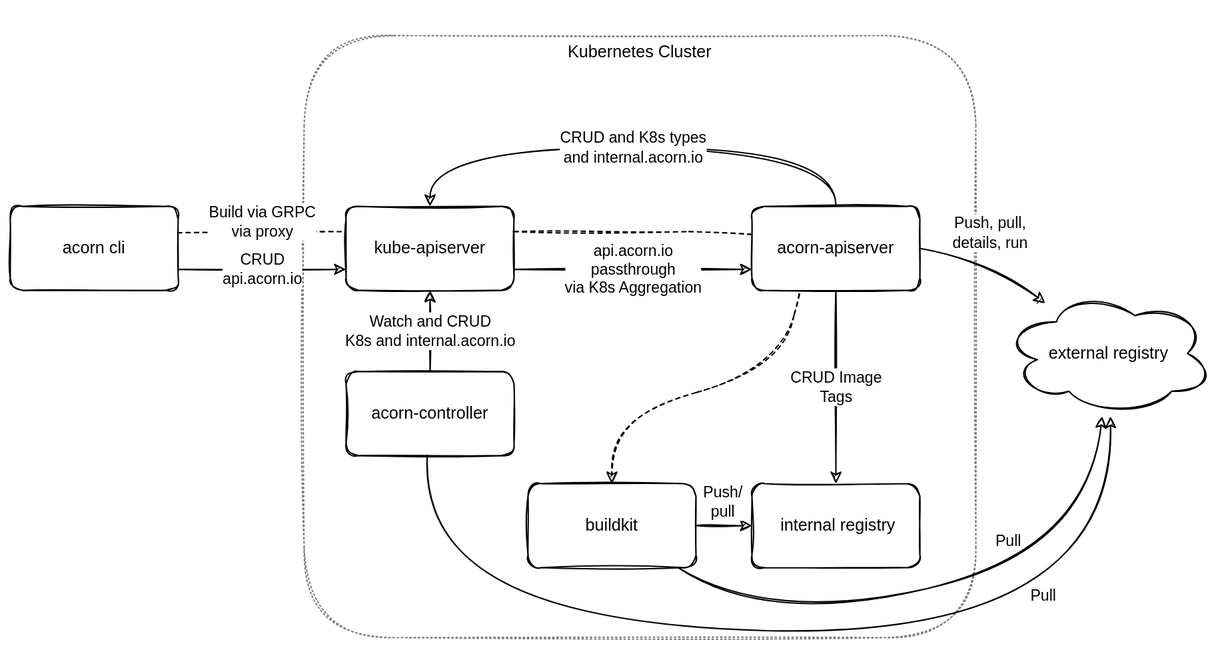
Above: docs/static/diagrams/architecture.drawio.svg in acorn-io/runtime (draw.io), before the change. Source tidied: cells renumbered, new cells last; positions are measured from the earlier drawing's top-left corner, leaving out a move shared by most shapes. The source it was exported from:
```xml
<mxGraphModel>
  <root>
    <mxCell id="0" />
    <mxCell id="1" parent="0" />
    <mxCell id="2" style="rounded=1;whiteSpace=wrap;html=1;sketch=1;fillColor=none;dashed=1;dashPattern=1 2;opacity=50;" parent="1" vertex="1">
      <mxGeometry x="210" y="18" width="480" height="430" as="geometry" />
    </mxCell>
    <mxCell id="3" style="curved=1;endArrow=classic;html=1;rounded=0;dashed=1;exitX=0.996;exitY=0.314;exitDx=0;exitDy=0;exitPerimeter=0;sketch=1;" parent="1" edge="1" source="12" target="10">
      <mxGeometry relative="1" as="geometry">
        <Array as="points">
          <mxPoint x="300" y="158" />
          <mxPoint x="420" y="158" />
          <mxPoint x="550" y="158" />
          <mxPoint x="570" y="178" />
          <mxPoint x="550" y="258" />
          <mxPoint x="430" y="288" />
        </Array>
      </mxGeometry>
    </mxCell>
    <mxCell id="4" value="Build via GRPC&lt;br&gt;via proxy" style="edgeLabel;html=1;align=center;verticalAlign=middle;" parent="3" vertex="1">
      <mxGeometry x="-0.83" y="1" relative="1" as="geometry">
        <mxPoint y="-7" as="offset" />
      </mxGeometry>
    </mxCell>
    <mxCell id="5" value="api.acorn.io&lt;br&gt;passthrough&lt;br&gt;via K8s Aggregation" style="edgeStyle=orthogonalEdgeStyle;rounded=0;jettySize=auto;html=1;entryX=0;entryY=0.75;entryDx=0;entryDy=0;exitX=1;exitY=0.75;exitDx=0;exitDy=0;sketch=1;" parent="1" edge="1" source="6" target="9">
      <mxGeometry relative="1" as="geometry" />
    </mxCell>
    <mxCell id="6" value="kube-apiserver" style="rounded=1;whiteSpace=wrap;html=1;fillColor=default;glass=0;gradientColor=none;sketch=1;" parent="1" vertex="1">
      <mxGeometry x="240" y="140" width="120" height="60" as="geometry" />
    </mxCell>
    <mxCell id="7" value="CRUD Image&lt;br&gt;Tags" style="edgeStyle=orthogonalEdgeStyle;rounded=0;jettySize=auto;html=1;sketch=1;" parent="1" edge="1" source="9" target="15">
      <mxGeometry relative="1" as="geometry" />
    </mxCell>
    <mxCell id="8" value="CRUD and K8s types&lt;br&gt;and internal.acorn.io" style="edgeStyle=orthogonalEdgeStyle;jettySize=auto;html=1;entryX=0.5;entryY=0;entryDx=0;entryDy=0;curved=1;exitX=0.5;exitY=0;exitDx=0;exitDy=0;sketch=1;" parent="1" edge="1" source="9" target="6">
      <mxGeometry relative="1" as="geometry">
        <Array as="points">
          <mxPoint x="590" y="98" />
          <mxPoint x="300" y="98" />
        </Array>
      </mxGeometry>
    </mxCell>
    <mxCell id="9" value="acorn-apiserver" style="rounded=1;whiteSpace=wrap;html=1;fillColor=default;sketch=1;" parent="1" vertex="1">
      <mxGeometry x="530" y="140" width="120" height="60" as="geometry" />
    </mxCell>
    <mxCell id="10" value="buildkit" style="rounded=1;whiteSpace=wrap;html=1;sketch=1;" parent="1" vertex="1">
      <mxGeometry x="370" y="338" width="120" height="60" as="geometry" />
    </mxCell>
    <mxCell id="11" value="CRUD&lt;br&gt;api.acorn.io" style="edgeStyle=orthogonalEdgeStyle;rounded=0;jettySize=auto;html=1;entryX=0;entryY=0.75;entryDx=0;entryDy=0;exitX=1;exitY=0.75;exitDx=0;exitDy=0;sketch=1;" parent="1" edge="1" source="12" target="6">
      <mxGeometry relative="1" as="geometry" />
    </mxCell>
    <mxCell id="12" value="acorn cli" style="rounded=1;whiteSpace=wrap;html=1;sketch=1;" parent="1" vertex="1">
      <mxGeometry y="140" width="120" height="60" as="geometry" />
    </mxCell>
    <mxCell id="13" value="Watch and CRUD&lt;br&gt;K8s and internal.acorn.io" style="edgeStyle=orthogonalEdgeStyle;rounded=0;jettySize=auto;html=1;exitX=0.5;exitY=0;exitDx=0;exitDy=0;sketch=1;" parent="1" edge="1" source="14" target="6">
      <mxGeometry relative="1" as="geometry" />
    </mxCell>
    <mxCell id="14" value="acorn-controller" style="rounded=1;whiteSpace=wrap;html=1;glass=0;fillColor=default;gradientColor=none;sketch=1;" parent="1" vertex="1">
      <mxGeometry x="240" y="258" width="120" height="60" as="geometry" />
    </mxCell>
    <mxCell id="15" value="&amp;nbsp;internal registry" style="rounded=1;whiteSpace=wrap;html=1;glass=0;fillColor=default;gradientColor=none;sketch=1;" parent="1" vertex="1">
      <mxGeometry x="530" y="338" width="120" height="60" as="geometry" />
    </mxCell>
    <mxCell id="16" value="external registry" style="ellipse;shape=cloud;whiteSpace=wrap;html=1;sketch=1;" parent="1" vertex="1">
      <mxGeometry x="710" y="200" width="150" height="90" as="geometry" />
    </mxCell>
    <mxCell id="17" value="Kubernetes Cluster" style="whiteSpace=wrap;html=1;dashed=1;dashPattern=1 2;sketch=1;fillColor=none;opacity=0;" parent="1" vertex="1">
      <mxGeometry x="390" width="120" height="60" as="geometry" />
    </mxCell>
    <mxCell id="18" style="endArrow=classic;html=1;rounded=0;sketch=1;" parent="1" edge="1" source="10" target="15">
      <mxGeometry relative="1" as="geometry" />
    </mxCell>
    <mxCell id="19" value="Push/&lt;br&gt;pull" style="edgeLabel;html=1;align=center;verticalAlign=middle;" parent="18" vertex="1">
      <mxGeometry x="0.17" relative="1" as="geometry">
        <mxPoint x="-6" y="-18" as="offset" />
      </mxGeometry>
    </mxCell>
    <mxCell id="20" style="endArrow=classic;html=1;sketch=1;exitX=1;exitY=0.5;exitDx=0;exitDy=0;curved=1;" parent="1" edge="1" source="9" target="16">
      <mxGeometry relative="1" as="geometry">
        <Array as="points">
          <mxPoint x="700" y="178" />
        </Array>
      </mxGeometry>
    </mxCell>
    <mxCell id="21" value="Push, pull,&lt;br&gt;details, run" style="edgeLabel;html=1;align=center;verticalAlign=middle;" parent="20" vertex="1">
      <mxGeometry x="-0.42" y="2" relative="1" as="geometry">
        <mxPoint x="21" y="-14" as="offset" />
      </mxGeometry>
    </mxCell>
    <mxCell id="22" style="curved=1;endArrow=classic;html=1;rounded=0;sketch=1;" parent="1" edge="1" source="14" target="16">
      <mxGeometry relative="1" as="geometry">
        <Array as="points">
          <mxPoint x="290" y="438" />
          <mxPoint x="790" y="448" />
        </Array>
      </mxGeometry>
    </mxCell>
    <mxCell id="23" value="Pull" style="edgeLabel;html=1;align=center;verticalAlign=middle;" parent="22" vertex="1">
      <mxGeometry x="0.42" y="33" relative="1" as="geometry">
        <mxPoint x="13" y="4" as="offset" />
      </mxGeometry>
    </mxCell>
    <mxCell id="24" style="curved=1;endArrow=classic;html=1;rounded=0;sketch=1;" parent="1" edge="1" source="10" target="16">
      <mxGeometry relative="1" as="geometry">
        <Array as="points">
          <mxPoint x="540" y="438" />
          <mxPoint x="770" y="388" />
        </Array>
      </mxGeometry>
    </mxCell>
    <mxCell id="25" value="Pull" style="edgeLabel;html=1;align=center;verticalAlign=middle;" parent="24" vertex="1">
      <mxGeometry x="0.28" y="13" relative="1" as="geometry">
        <mxPoint x="-7" y="-7" as="offset" />
      </mxGeometry>
    </mxCell>
  </root>
</mxGraphModel>
```
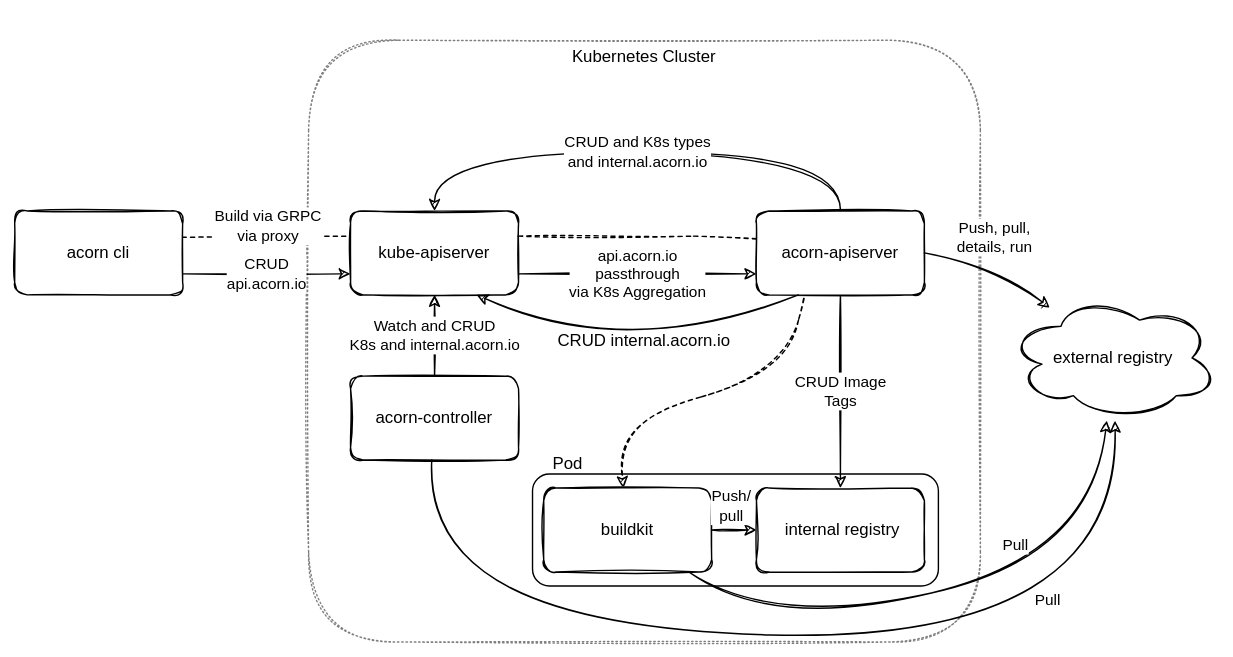
After the commit.

The edit, as a diff of the source:
```diff
@@ -2,7 +2,7 @@
   <root>
     <mxCell id="0" />
     <mxCell id="1" parent="0" />
-    <mxCell id="2" style="rounded=1;whiteSpace=wrap;html=1;sketch=1;fillColor=none;dashed=1;dashPattern=1 2;opacity=50;" parent="1" vertex="1">
+    <mxCell id="2" value="CRUD internal.acorn.io" style="rounded=1;whiteSpace=wrap;html=1;sketch=1;fillColor=none;dashed=1;dashPattern=1 2;opacity=50;" parent="1" vertex="1">
       <mxGeometry x="210" y="18" width="480" height="430" as="geometry" />
     </mxCell>
     <mxCell id="3" style="curved=1;endArrow=classic;html=1;rounded=0;dashed=1;exitX=0.996;exitY=0.314;exitDx=0;exitDy=0;exitPerimeter=0;sketch=1;" parent="1" edge="1" source="12" target="10">
@@ -43,7 +43,7 @@
       <mxGeometry x="530" y="140" width="120" height="60" as="geometry" />
     </mxCell>
     <mxCell id="10" value="buildkit" style="rounded=1;whiteSpace=wrap;html=1;sketch=1;" parent="1" vertex="1">
-      <mxGeometry x="370" y="338" width="120" height="60" as="geometry" />
+      <mxGeometry x="378" y="338" width="120" height="60" as="geometry" />
     </mxCell>
     <mxCell id="11" value="CRUD&lt;br&gt;api.acorn.io" style="edgeStyle=orthogonalEdgeStyle;rounded=0;jettySize=auto;html=1;entryX=0;entryY=0.75;entryDx=0;entryDy=0;exitX=1;exitY=0.75;exitDx=0;exitDy=0;sketch=1;" parent="1" edge="1" source="12" target="6">
       <mxGeometry relative="1" as="geometry" />
@@ -112,5 +112,18 @@
         <mxPoint x="-7" y="-7" as="offset" />
       </mxGeometry>
     </mxCell>
+    <mxCell id="26" style="endArrow=classic;html=1;entryX=0.75;entryY=1;entryDx=0;entryDy=0;exitX=0.25;exitY=1;exitDx=0;exitDy=0;curved=1;sketch=1;" parent="1" edge="1" source="9" target="6">
+      <mxGeometry relative="1" as="geometry">
+        <Array as="points">
+          <mxPoint x="440" y="248" />
+        </Array>
+      </mxGeometry>
+    </mxCell>
+    <mxCell id="27" style="rounded=1;whiteSpace=wrap;html=1;fillColor=none;" parent="1" vertex="1">
+      <mxGeometry x="370" y="328" width="290" height="80" as="geometry" />
+    </mxCell>
+    <mxCell id="28" value="Pod" style="text;html=1;align=center;verticalAlign=middle;strokeColor=none;fillColor=none;" parent="1" vertex="1">
+      <mxGeometry x="375" y="311" width="40" height="20" as="geometry" />
+    </mxCell>
   </root>
 </mxGraphModel>
```
